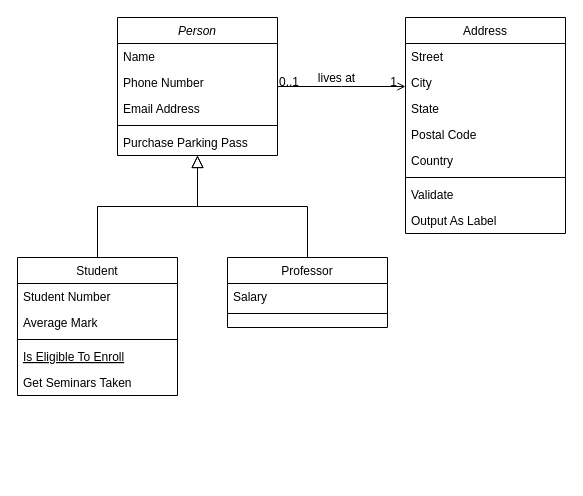
Above: graph/未命名绘图.drawio in buggzd/UnityFiresimulation (draw.io), before the change. Source tidied: cells renumbered, new cells numbered last; positions are measured from the earlier drawing's top-left corner, leaving out a move shared by most shapes. Both pictures are drawn from the tidied source at 100%, with x=0, y=0 at pixel (17, 17).
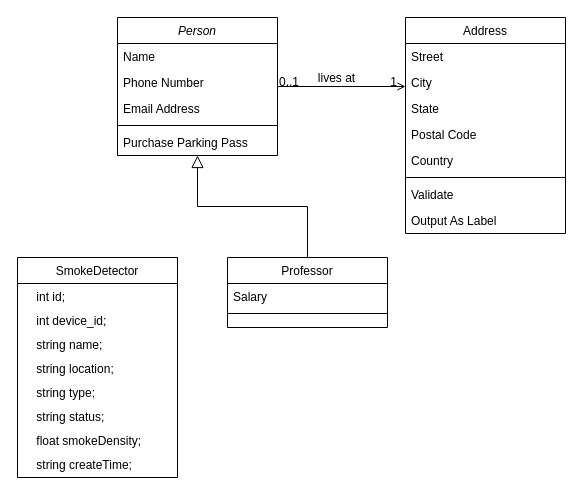
After the change.

The change refers to these unchanged cells:
```xml
<mxCell id="2" value="Person" style="swimlane;fontStyle=2;align=center;verticalAlign=top;horizontal=1;startSize=26;rounded=0;shadow=0;strokeWidth=1;" parent="1" vertex="1">
  <mxGeometry x="100" width="160" height="138" as="geometry" />
</mxCell>
```

Change to the diagram source:
```diff
@@
-    <mxCell id="8" value="Student" style="swimlane;fontStyle=0;align=center;verticalAlign=top;horizontal=1;startSize=26;rounded=0;shadow=0;strokeWidth=1;" parent="1" vertex="1">
-      <mxGeometry y="240" width="160" height="138" as="geometry" />
+    <mxCell id="8" value="SmokeDetector" style="swimlane;fontStyle=0;align=center;verticalAlign=top;horizontal=1;startSize=26;rounded=0;shadow=0;strokeWidth=1;" parent="1" vertex="1">
+      <mxGeometry y="240" width="160" height="220" as="geometry" />
     </mxCell>
-    <mxCell id="9" value="Student Number" style="text;align=left;verticalAlign=top;spacingLeft=4;spacingRight=4;overflow=hidden;" parent="8" vertex="1">
-      <mxGeometry y="26" width="160" height="26" as="geometry" />
+    <mxCell id="9" value="    int id;" style="text;align=left;verticalAlign=top;spacingLeft=4;spacingRight=4;overflow=hidden;" parent="8" vertex="1">
+      <mxGeometry y="26" width="160" height="24" as="geometry" />
     </mxCell>
-    <mxCell id="10" value="Average Mark" style="text;align=left;verticalAlign=top;spacingLeft=4;spacingRight=4;overflow=hidden;rounded=0;shadow=0;html=0;" parent="8" vertex="1">
-      <mxGeometry y="52" width="160" height="26" as="geometry" />
-    </mxCell>
-    <mxCell id="11" style="line;html=1;strokeWidth=1;align=left;verticalAlign=middle;spacingTop=-1;spacingLeft=3;spacingRight=3;labelPosition=right;" parent="8" vertex="1">
-      <mxGeometry y="78" width="160" height="8" as="geometry" />
-    </mxCell>
-    <mxCell id="12" value="Is Eligible To Enroll" style="text;align=left;verticalAlign=top;spacingLeft=4;spacingRight=4;overflow=hidden;fontStyle=4;" parent="8" vertex="1">
-      <mxGeometry y="86" width="160" height="26" as="geometry" />
-    </mxCell>
-    <mxCell id="13" value="Get Seminars Taken" style="text;align=left;verticalAlign=top;spacingLeft=4;spacingRight=4;overflow=hidden;" parent="8" vertex="1">
-      <mxGeometry y="112" width="160" height="26" as="geometry" />
-    </mxCell>
-    <mxCell id="14" style="endArrow=block;endSize=10;endFill=0;shadow=0;strokeWidth=1;rounded=0;edgeStyle=elbowEdgeStyle;elbow=vertical;" parent="1" edge="1" source="8" target="2">
-      <mxGeometry relative="1" as="geometry" />
-    </mxCell>
+    <mxCell id="32" value="    int device_id;" style="text;align=left;verticalAlign=top;spacingLeft=4;spacingRight=4;overflow=hidden;" parent="8" vertex="1">
+      <mxGeometry y="50" width="160" height="24" as="geometry" />
+    </mxCell>
+    <mxCell id="33" value="    string name;" style="text;align=left;verticalAlign=top;spacingLeft=4;spacingRight=4;overflow=hidden;" parent="8" vertex="1">
+      <mxGeometry y="74" width="160" height="24" as="geometry" />
+    </mxCell>
+    <mxCell id="34" value="    string location;" style="text;align=left;verticalAlign=top;spacingLeft=4;spacingRight=4;overflow=hidden;" parent="8" vertex="1">
+      <mxGeometry y="98" width="160" height="24" as="geometry" />
+    </mxCell>
+    <mxCell id="35" value="    string type;" style="text;align=left;verticalAlign=top;spacingLeft=4;spacingRight=4;overflow=hidden;" parent="8" vertex="1">
+      <mxGeometry y="122" width="160" height="24" as="geometry" />
+    </mxCell>
+    <mxCell id="36" value="    string status;" style="text;align=left;verticalAlign=top;spacingLeft=4;spacingRight=4;overflow=hidden;" parent="8" vertex="1">
+      <mxGeometry y="146" width="160" height="24" as="geometry" />
+    </mxCell>
+    <mxCell id="37" value="    float smokeDensity;&#10;  " style="text;align=left;verticalAlign=top;spacingLeft=4;spacingRight=4;overflow=hidden;" parent="8" vertex="1">
+      <mxGeometry y="170" width="160" height="24" as="geometry" />
+    </mxCell>
+    <mxCell id="38" value="    string createTime;" style="text;align=left;verticalAlign=top;spacingLeft=4;spacingRight=4;overflow=hidden;" parent="8" vertex="1">
+      <mxGeometry y="194" width="160" height="24" as="geometry" />
+    </mxCell>
```
